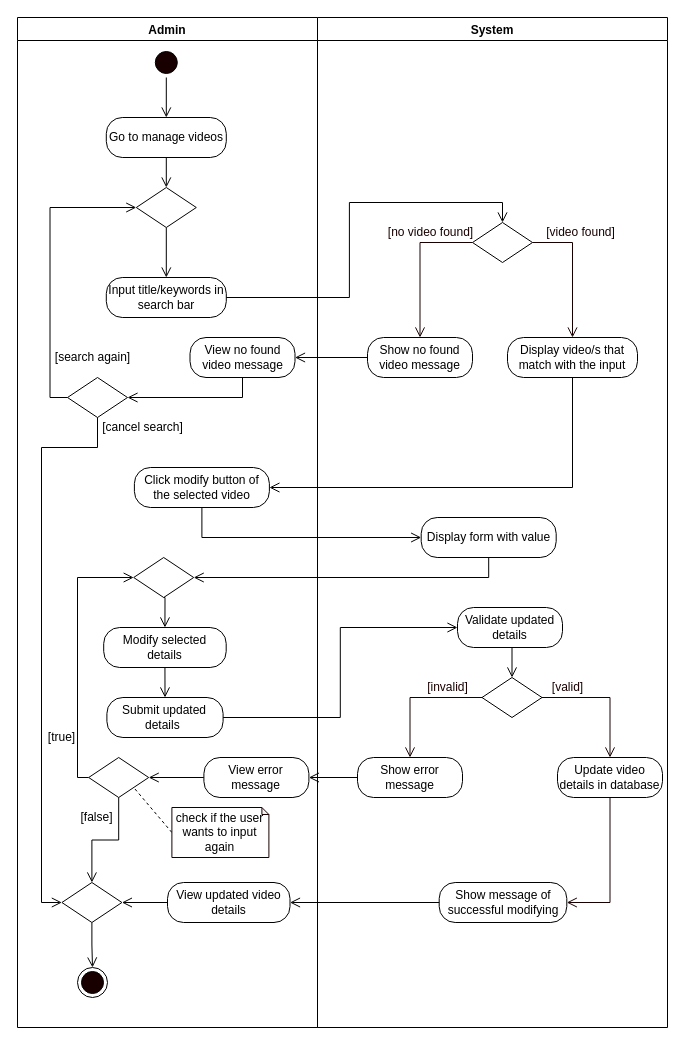
This is page "Modify Video Details" (8 of 12) of REVISIONS/UML-DIAGRAMS/6-28-2021/ACTIVITY DIAGRAM/ACTIVITY DIAGRAM.drawio from mrklglsn/CAPSTONE-FILES, a draw.io file, before an edit. Source tidied: cells renumbered, new cells numbered last; positions are measured from the earlier drawing's top-left corner, leaving out a move shared by most shapes. Both pictures are drawn from the tidied source at 100%, with x=0, y=0 at pixel (17, 17).
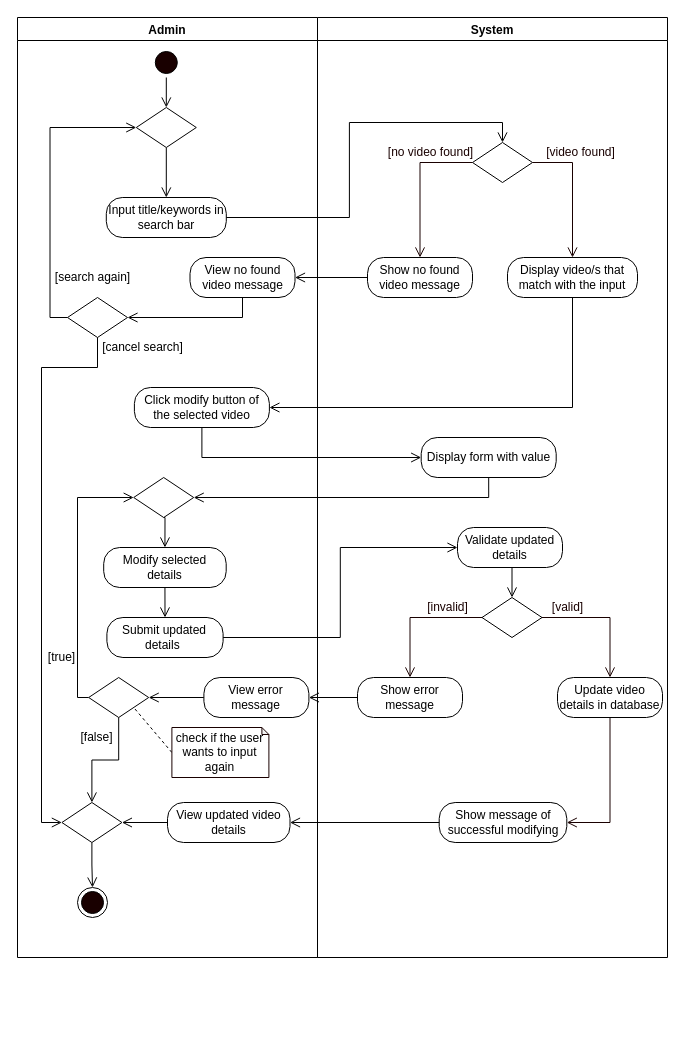
Above is the later version.

Unchanged cells that the change refers to:
```xml
<mxCell id="26" style="ellipse;html=1;shape=startState;fillColor=#190000;" parent="2" vertex="1">
  <mxGeometry x="133.8" y="30" width="30" height="30" as="geometry" />
</mxCell>
```

What changed in the source:
```diff
@@
     <mxCell id="2" value="Admin" style="swimlane;startSize=23;" parent="1" vertex="1">
-      <mxGeometry width="300" height="1010" as="geometry" />
+      <mxGeometry width="300" height="940" as="geometry" />
     </mxCell>
@@
     <mxCell id="4" value="Modify selected details" style="rounded=1;whiteSpace=wrap;html=1;arcSize=40;" parent="2" vertex="1">
-      <mxGeometry x="86.2" y="610" width="122.5" height="40" as="geometry" />
+      <mxGeometry x="86.2" y="530" width="122.5" height="40" as="geometry" />
     </mxCell>
     <mxCell id="5" value="Submit updated details&amp;nbsp;" style="rounded=1;whiteSpace=wrap;html=1;arcSize=40;" parent="2" vertex="1">
-      <mxGeometry x="89.4" y="680" width="116.2" height="40" as="geometry" />
+      <mxGeometry x="89.4" y="600" width="116.2" height="40" as="geometry" />
     </mxCell>
@@
     <mxCell id="7" style="rhombus;whiteSpace=wrap;html=1;" parent="2" vertex="1">
-      <mxGeometry x="116.2" y="540" width="60" height="40" as="geometry" />
+      <mxGeometry x="116.2" y="460" width="60" height="40" as="geometry" />
     </mxCell>
@@
     <mxCell id="9" value="View updated video details" style="rounded=1;whiteSpace=wrap;html=1;arcSize=40;" parent="2" vertex="1">
-      <mxGeometry x="150" y="865" width="122.5" height="40" as="geometry" />
+      <mxGeometry x="150" y="785" width="122.5" height="40" as="geometry" />
     </mxCell>
     <mxCell id="10" style="ellipse;html=1;shape=endState;fillColor=#190000;" parent="2" vertex="1">
-      <mxGeometry x="60" y="950" width="30" height="30" as="geometry" />
+      <mxGeometry x="60" y="870" width="30" height="30" as="geometry" />
     </mxCell>
     <mxCell id="11" style="edgeStyle=orthogonalEdgeStyle;rounded=0;jettySize=auto;html=1;exitX=0;exitY=0.5;exitDx=0;exitDy=0;entryX=0;entryY=0.5;entryDx=0;entryDy=0;endArrow=open;endFill=0;endSize=8;" parent="2" edge="1" source="12" target="7">
       <mxGeometry relative="1" as="geometry">
         <Array as="points">
-          <mxPoint x="60" y="760" />
-          <mxPoint x="60" y="560" />
+          <mxPoint x="60" y="680" />
+          <mxPoint x="60" y="480" />
         </Array>
       </mxGeometry>
     </mxCell>
     <mxCell id="12" style="rhombus;whiteSpace=wrap;html=1;" parent="2" vertex="1">
-      <mxGeometry x="71.2" y="740" width="60" height="40" as="geometry" />
+      <mxGeometry x="71.2" y="660" width="60" height="40" as="geometry" />
     </mxCell>
@@
     <mxCell id="14" style="rhombus;whiteSpace=wrap;html=1;" parent="2" vertex="1">
-      <mxGeometry x="44.4" y="865" width="60" height="40" as="geometry" />
+      <mxGeometry x="44.4" y="785" width="60" height="40" as="geometry" />
     </mxCell>
@@
     <mxCell id="17" value="check if the user wants to input again" style="shape=note;whiteSpace=wrap;html=1;backgroundOutline=1;darkOpacity=0.05;strokeColor=#190000;size=7;" parent="2" vertex="1">
-      <mxGeometry x="154.4" y="790" width="97" height="50" as="geometry" />
+      <mxGeometry x="154.4" y="710" width="97" height="50" as="geometry" />
     </mxCell>
     <mxCell id="18" value="[false]" style="text;html=1;align=center;verticalAlign=middle;strokeColor=none;" parent="2" vertex="1">
-      <mxGeometry x="54.4" y="790" width="50" height="20" as="geometry" />
+      <mxGeometry x="54.4" y="710" width="50" height="20" as="geometry" />
     </mxCell>
@@
     <mxCell id="20" value="View error message" style="rounded=1;whiteSpace=wrap;html=1;arcSize=40;" parent="2" vertex="1">
-      <mxGeometry x="186.4" y="740" width="105" height="40" as="geometry" />
+      <mxGeometry x="186.4" y="660" width="105" height="40" as="geometry" />
     </mxCell>
     <mxCell id="21" value="[true]" style="text;html=1;align=center;verticalAlign=middle;strokeColor=none;" parent="2" vertex="1">
-      <mxGeometry x="24.4" y="710" width="40" height="20" as="geometry" />
+      <mxGeometry x="24.4" y="630" width="40" height="20" as="geometry" />
     </mxCell>
     <mxCell id="22" style="rhombus;whiteSpace=wrap;html=1;" parent="2" vertex="1">
-      <mxGeometry x="50" y="360" width="60" height="40" as="geometry" />
+      <mxGeometry x="50" y="280" width="60" height="40" as="geometry" />
     </mxCell>
     <mxCell id="23" value="[cancel search]" style="text;html=1;align=center;verticalAlign=middle;strokeColor=none;rotation=0;" parent="2" vertex="1">
-      <mxGeometry x="75" y="400" width="100" height="20" as="geometry" />
+      <mxGeometry x="75" y="320" width="100" height="20" as="geometry" />
     </mxCell>
-    <mxCell id="24" value="Go to manage videos" style="rounded=1;whiteSpace=wrap;html=1;arcSize=40;" parent="2" vertex="1">
-      <mxGeometry x="88.8" y="100" width="120" height="40" as="geometry" />
-    </mxCell>
-    <mxCell id="25" style="edgeStyle=orthogonalEdgeStyle;rounded=0;jettySize=auto;html=1;exitX=0.5;exitY=1;exitDx=0;exitDy=0;entryX=0.5;entryY=0;entryDx=0;entryDy=0;endArrow=open;endFill=0;endSize=8;" parent="2" edge="1" source="26" target="24">
-      <mxGeometry relative="1" as="geometry" />
-    </mxCell>
@@
     <mxCell id="27" value="[search again]" style="text;html=1;align=center;verticalAlign=middle;strokeColor=none;rotation=0;" parent="2" vertex="1">
-      <mxGeometry x="30" y="330" width="90" height="20" as="geometry" />
+      <mxGeometry x="30" y="250" width="90" height="20" as="geometry" />
     </mxCell>
     <mxCell id="28" value="Click modify button of the selected video" style="rounded=1;whiteSpace=wrap;html=1;arcSize=40;" parent="2" vertex="1">
-      <mxGeometry x="116.9" y="450" width="135" height="40" as="geometry" />
+      <mxGeometry x="116.9" y="370" width="135" height="40" as="geometry" />
     </mxCell>
     <mxCell id="29" style="edgeStyle=orthogonalEdgeStyle;rounded=0;jettySize=auto;html=1;exitX=0.5;exitY=1;exitDx=0;exitDy=0;endArrow=open;endFill=0;endSize=8;entryX=0;entryY=0.5;entryDx=0;entryDy=0;" parent="2" edge="1" source="22" target="14">
       <mxGeometry relative="1" as="geometry">
         <Array as="points">
-          <mxPoint x="80" y="430" />
-          <mxPoint x="24" y="430" />
-          <mxPoint x="24" y="885" />
+          <mxPoint x="80" y="350" />
+          <mxPoint x="24" y="350" />
+          <mxPoint x="24" y="805" />
         </Array>
       </mxGeometry>
     </mxCell>
     <mxCell id="30" value="System" style="swimlane;" parent="1" vertex="1">
-      <mxGeometry x="300" width="350" height="1010" as="geometry" />
+      <mxGeometry x="300" width="350" height="940" as="geometry" />
     </mxCell>
     <mxCell id="31" value="Validate updated details" style="rounded=1;whiteSpace=wrap;html=1;arcSize=40;" parent="30" vertex="1">
-      <mxGeometry x="140" y="590" width="105" height="40" as="geometry" />
+      <mxGeometry x="140" y="510" width="105" height="40" as="geometry" />
     </mxCell>
     <mxCell id="32" style="rhombus;whiteSpace=wrap;html=1;" parent="30" vertex="1">
-      <mxGeometry x="164.5" y="660" width="60" height="40" as="geometry" />
+      <mxGeometry x="164.5" y="580" width="60" height="40" as="geometry" />
     </mxCell>
@@
     <mxCell id="34" value="&lt;font color=&quot;#190000&quot;&gt;[valid]&lt;/font&gt;" style="text;html=1;align=center;verticalAlign=middle;strokeColor=none;fontColor=#FFFFFF;" parent="30" vertex="1">
-      <mxGeometry x="224.5" y="660" width="50" height="20" as="geometry" />
+      <mxGeometry x="224.5" y="580" width="50" height="20" as="geometry" />
     </mxCell>
     <mxCell id="35" value="&lt;font color=&quot;#190000&quot;&gt;[invalid]&lt;/font&gt;" style="text;html=1;align=center;verticalAlign=middle;strokeColor=none;fontColor=#FFFFFF;" parent="30" vertex="1">
-      <mxGeometry x="100" y="660" width="60" height="20" as="geometry" />
+      <mxGeometry x="100" y="580" width="60" height="20" as="geometry" />
     </mxCell>
     <mxCell id="36" value="Show error message" style="rounded=1;whiteSpace=wrap;html=1;arcSize=40;" parent="30" vertex="1">
-      <mxGeometry x="40" y="740" width="105" height="40" as="geometry" />
+      <mxGeometry x="40" y="660" width="105" height="40" as="geometry" />
     </mxCell>
@@
     <mxCell id="38" value="Update video details in database" style="rounded=1;whiteSpace=wrap;html=1;arcSize=40;" parent="30" vertex="1">
-      <mxGeometry x="240" y="740" width="105" height="40" as="geometry" />
+      <mxGeometry x="240" y="660" width="105" height="40" as="geometry" />
     </mxCell>
@@
     <mxCell id="41" value="Show message of successful modifying" style="rounded=1;whiteSpace=wrap;html=1;arcSize=40;" parent="30" vertex="1">
-      <mxGeometry x="121.7" y="865" width="127.6" height="40" as="geometry" />
+      <mxGeometry x="121.7" y="785" width="127.6" height="40" as="geometry" />
     </mxCell>
     <mxCell id="42" value="Input title/keywords in search bar" style="rounded=1;whiteSpace=wrap;html=1;arcSize=40;" parent="30" vertex="1">
-      <mxGeometry x="-211.2" y="260" width="120" height="40" as="geometry" />
+      <mxGeometry x="-211.2" y="180" width="120" height="40" as="geometry" />
     </mxCell>
@@
     <mxCell id="44" style="rhombus;whiteSpace=wrap;html=1;" parent="30" vertex="1">
-      <mxGeometry x="-181.2" y="170" width="60" height="40" as="geometry" />
+      <mxGeometry x="-181.2" y="90" width="60" height="40" as="geometry" />
     </mxCell>
     <mxCell id="45" value="View no found video message" style="rounded=1;whiteSpace=wrap;html=1;arcSize=40;" parent="30" vertex="1">
-      <mxGeometry x="-127.5" y="320" width="105" height="40" as="geometry" />
+      <mxGeometry x="-127.5" y="240" width="105" height="40" as="geometry" />
     </mxCell>
     <mxCell id="46" style="rhombus;whiteSpace=wrap;html=1;" parent="30" vertex="1">
-      <mxGeometry x="155" y="205" width="60" height="40" as="geometry" />
+      <mxGeometry x="155" y="125" width="60" height="40" as="geometry" />
     </mxCell>
     <mxCell id="47" value="&lt;font color=&quot;#190000&quot;&gt;[video found]&lt;/font&gt;" style="text;html=1;align=center;verticalAlign=middle;strokeColor=none;fontColor=#FFFFFF;" parent="30" vertex="1">
-      <mxGeometry x="222.5" y="205" width="80" height="20" as="geometry" />
+      <mxGeometry x="222.5" y="125" width="80" height="20" as="geometry" />
     </mxCell>
     <mxCell id="48" value="&lt;font color=&quot;#190000&quot;&gt;[no video found]&lt;/font&gt;" style="text;html=1;align=center;verticalAlign=middle;strokeColor=none;fontColor=#FFFFFF;" parent="30" vertex="1">
-      <mxGeometry x="62.5" y="205" width="100" height="20" as="geometry" />
+      <mxGeometry x="62.5" y="125" width="100" height="20" as="geometry" />
     </mxCell>
     <mxCell id="49" value="Show no found video message" style="rounded=1;whiteSpace=wrap;html=1;arcSize=40;" parent="30" vertex="1">
-      <mxGeometry x="50" y="320" width="105" height="40" as="geometry" />
+      <mxGeometry x="50" y="240" width="105" height="40" as="geometry" />
     </mxCell>
     <mxCell id="50" value="Display video/s that match with the input" style="rounded=1;whiteSpace=wrap;html=1;arcSize=40;" parent="30" vertex="1">
-      <mxGeometry x="190" y="320" width="130" height="40" as="geometry" />
+      <mxGeometry x="190" y="240" width="130" height="40" as="geometry" />
     </mxCell>
@@
     <mxCell id="55" value="Display form with value" style="rounded=1;whiteSpace=wrap;html=1;arcSize=40;" parent="30" vertex="1">
-      <mxGeometry x="103.7" y="500" width="135" height="40" as="geometry" />
+      <mxGeometry x="103.7" y="420" width="135" height="40" as="geometry" />
     </mxCell>
@@
     <mxCell id="59" style="edgeStyle=orthogonalEdgeStyle;rounded=0;jettySize=auto;html=1;exitX=0;exitY=0.5;exitDx=0;exitDy=0;entryX=0;entryY=0.5;entryDx=0;entryDy=0;endArrow=open;endFill=0;endSize=8;" parent="1" edge="1" source="22" target="44">
       <mxGeometry relative="1" as="geometry">
         <Array as="points">
-          <mxPoint x="32.5" y="380" />
-          <mxPoint x="32.5" y="190" />
+          <mxPoint x="32.5" y="300" />
+          <mxPoint x="32.5" y="110" />
         </Array>
       </mxGeometry>
     </mxCell>
@@
-    <mxCell id="61" style="edgeStyle=orthogonalEdgeStyle;rounded=0;jettySize=auto;html=1;exitX=0.5;exitY=1;exitDx=0;exitDy=0;entryX=0.5;entryY=0;entryDx=0;entryDy=0;endArrow=open;endFill=0;endSize=8;" parent="1" edge="1" source="24" target="44">
-      <mxGeometry relative="1" as="geometry" />
-    </mxCell>
@@
+    <mxCell id="25" style="edgeStyle=orthogonalEdgeStyle;rounded=0;jettySize=auto;html=1;exitX=0.5;exitY=1;exitDx=0;exitDy=0;entryX=0.5;entryY=0;entryDx=0;entryDy=0;endArrow=open;endFill=0;endSize=8;" parent="1" edge="1" source="26" target="44">
+      <mxGeometry relative="1" as="geometry" />
+    </mxCell>
```
